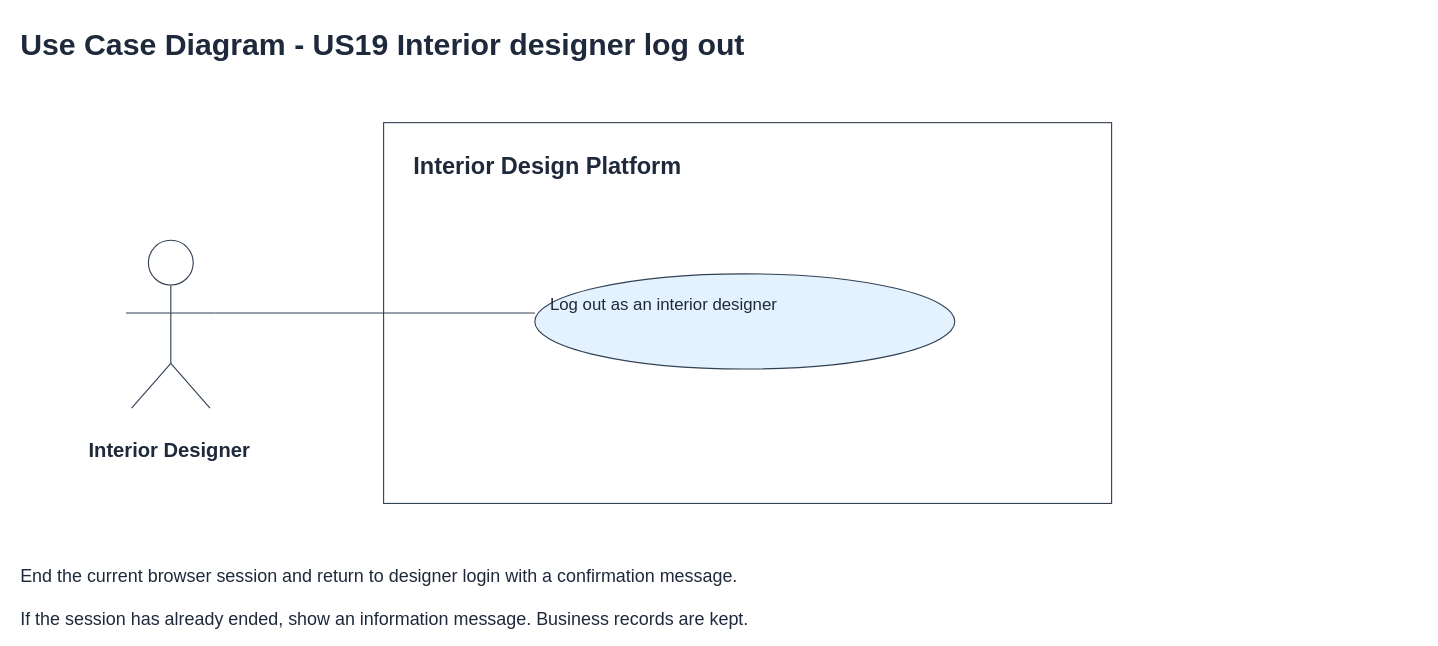
Before: page "2 Use Case Diagram" (1 of 7) of Sprint_2/US19 - Interior Designer Log out/US19 Interior designer log out.drawio in Hanzxc/CSIT314-ARCHSS, a draw.io diagram. Source tidied: cells renumbered, new cells numbered last; positions are measured from the earlier drawing's top-left corner, leaving out a move shared by most shapes. Both pictures are drawn from the tidied source at 112%, with x=0, y=0 at pixel (18, 18).
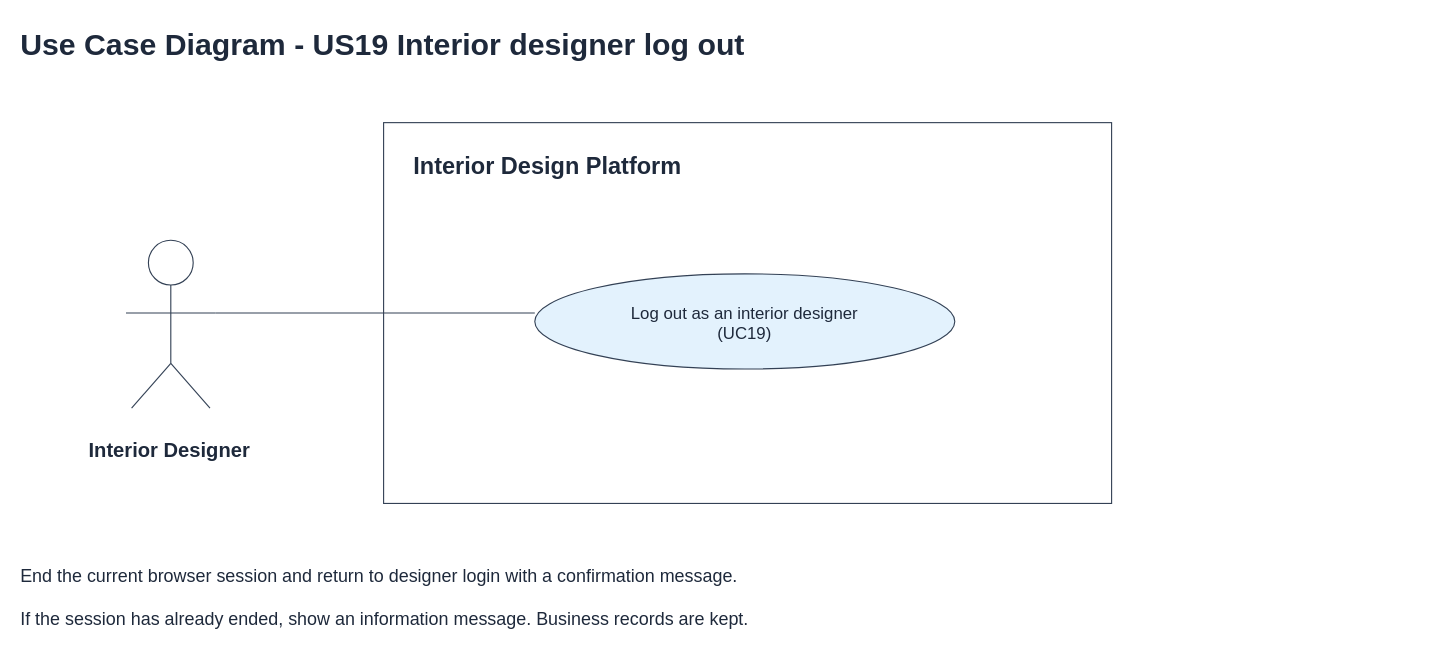
After the change.

The edit, as a diff of the source:
```diff
@@
-    <mxCell id="6" value="Log out as an interior designer" style="text;html=0;align=left;verticalAlign=top;fontSize=15;fontStyle=0;fontColor=#1e293b;" parent="1" vertex="1">
-      <mxGeometry x="473" y="240" width="351" height="22" as="geometry" />
+    <mxCell id="6" value="Log out as an interior designer&#10;(UC19)" style="text;html=0;align=center;verticalAlign=top;fontSize=15;fontStyle=0;fontColor=#1e293b;" parent="1" vertex="1">
+      <mxGeometry x="473" y="248" width="351" height="22" as="geometry" />
     </mxCell>
```
